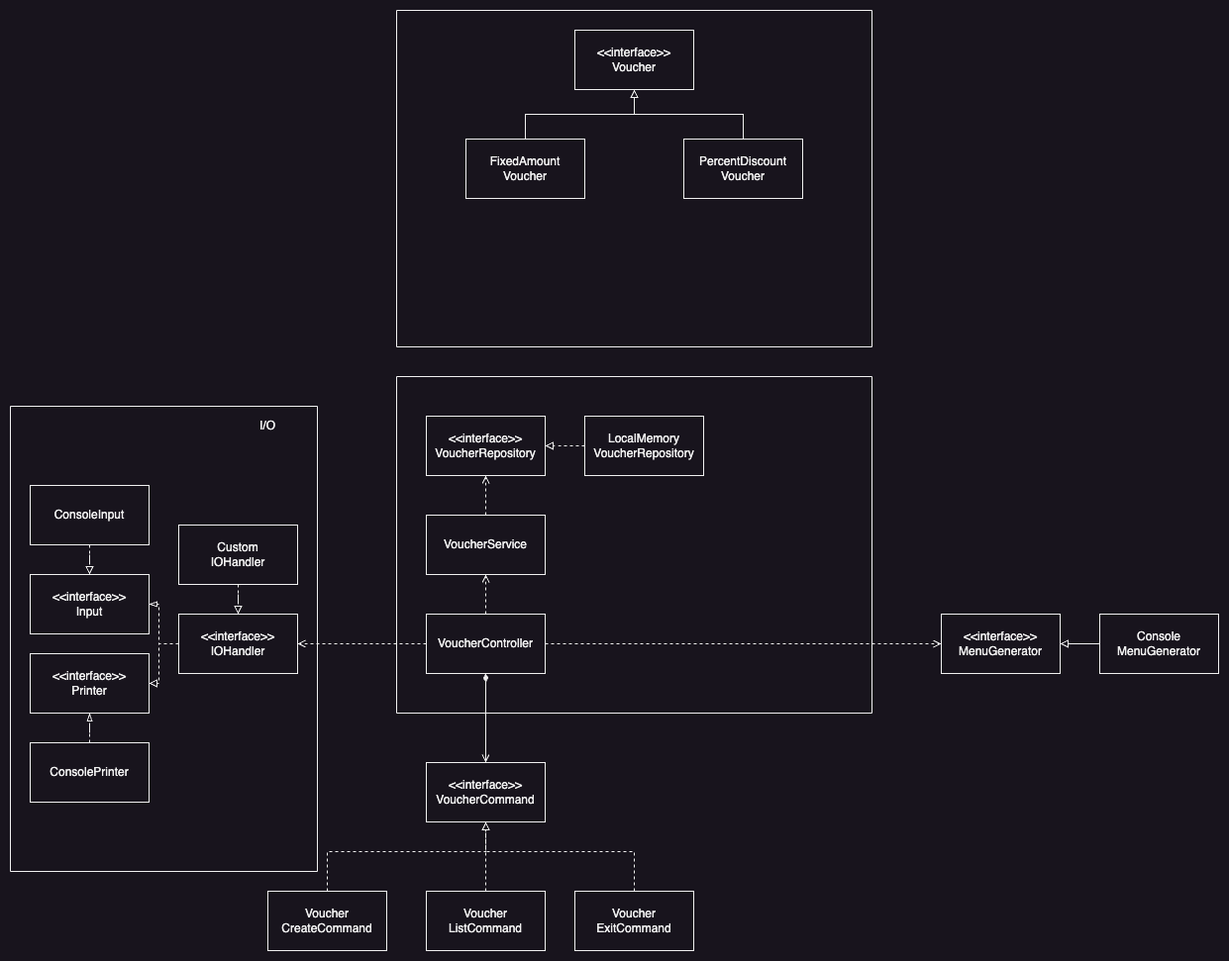
Above: voucher-manager/doc/바우처_관리_설계도.png in prgrms-be-devcourse/springboot-basic (draw.io), before the change. Source tidied: cells renumbered, new cells last; positions are measured from the earlier drawing's top-left corner, leaving out a move shared by most shapes.
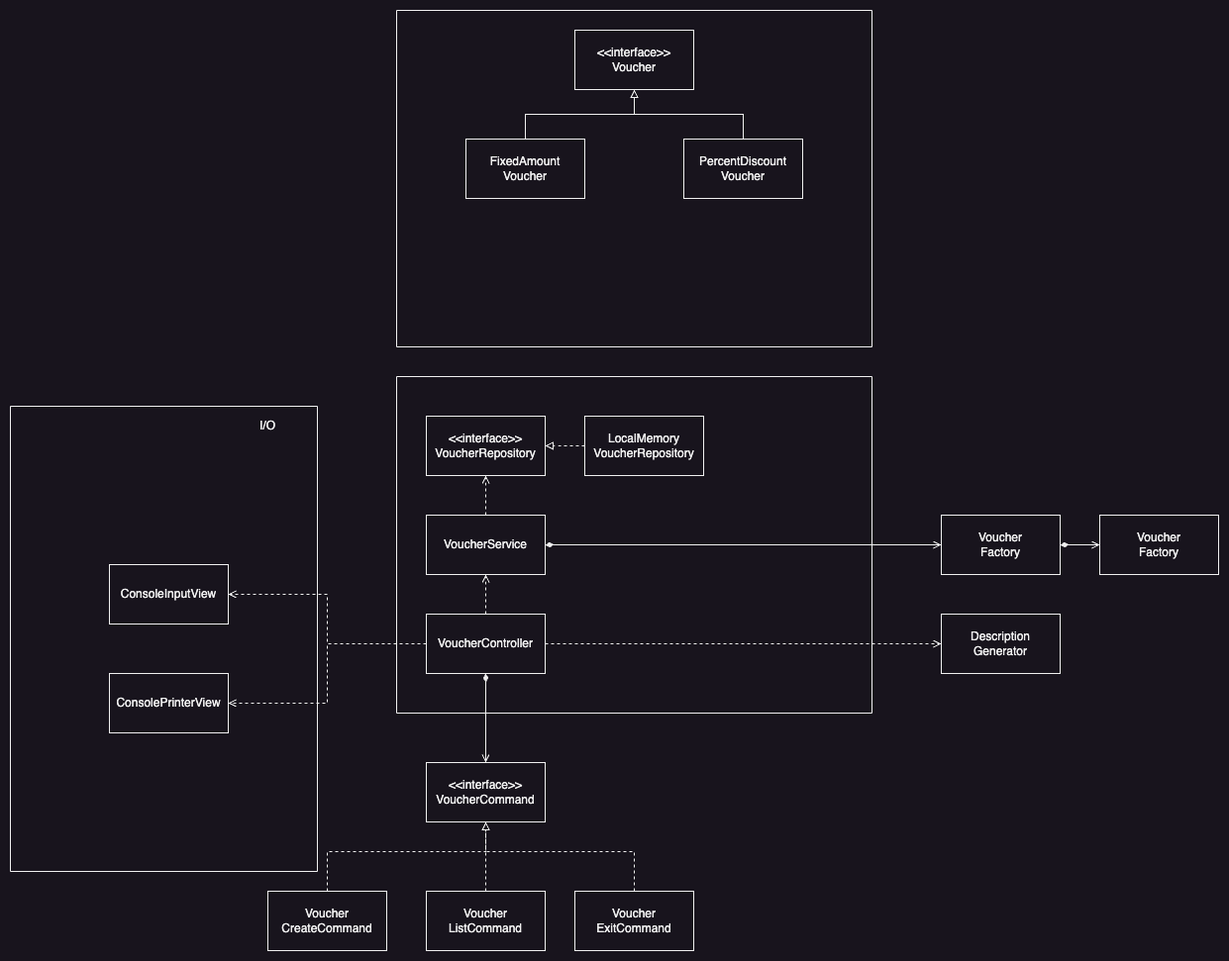
The same diagram one commit later.

What changed in the source:
```diff
@@ -2,42 +2,35 @@
   <root>
     <mxCell id="0" />
     <mxCell id="1" parent="0" />
-    <mxCell id="2" style="edgeStyle=orthogonalEdgeStyle;rounded=0;jettySize=auto;html=1;dashed=1;endArrow=open;endFill=0;" parent="1" edge="1" source="6" target="13">
-      <mxGeometry relative="1" as="geometry" />
-    </mxCell>
     <mxCell id="3" style="edgeStyle=orthogonalEdgeStyle;rounded=0;jettySize=auto;html=1;dashed=1;strokeWidth=1;endArrow=open;endFill=0;" parent="1" edge="1" source="6" target="8">
       <mxGeometry relative="1" as="geometry" />
     </mxCell>
-    <mxCell id="4" style="edgeStyle=orthogonalEdgeStyle;rounded=0;jettySize=auto;html=1;startArrow=none;startFill=0;endArrow=open;endFill=0;dashed=1;" parent="1" edge="1" source="6" target="36">
-      <mxGeometry relative="1" as="geometry" />
+    <mxCell id="4" style="edgeStyle=orthogonalEdgeStyle;rounded=0;jettySize=auto;html=1;startArrow=none;startFill=0;endArrow=open;endFill=0;dashed=1;" parent="1" edge="1" source="6">
+      <mxGeometry relative="1" as="geometry">
+        <mxPoint x="940" y="640" as="targetPoint" />
+      </mxGeometry>
     </mxCell>
     <mxCell id="5" style="edgeStyle=orthogonalEdgeStyle;rounded=0;jettySize=auto;html=1;endArrow=open;endFill=0;startArrow=diamondThin;startFill=1;" parent="1" edge="1" source="6" target="39">
       <mxGeometry relative="1" as="geometry" />
     </mxCell>
+    <mxCell id="52" style="edgeStyle=orthogonalEdgeStyle;rounded=0;jettySize=auto;html=1;entryX=1;entryY=0.5;entryDx=0;entryDy=0;endArrow=open;endFill=0;dashed=1;" parent="1" edge="1" source="6" target="47">
+      <mxGeometry relative="1" as="geometry" />
+    </mxCell>
+    <mxCell id="53" style="edgeStyle=orthogonalEdgeStyle;rounded=0;jettySize=auto;html=1;entryX=1;entryY=0.5;entryDx=0;entryDy=0;endArrow=open;endFill=0;dashed=1;" parent="1" edge="1" source="6" target="49">
+      <mxGeometry relative="1" as="geometry" />
+    </mxCell>
     <mxCell id="6" value="VoucherController" style="rounded=0;whiteSpace=wrap;html=1;" parent="1" vertex="1">
       <mxGeometry x="420" y="610" width="120" height="60" as="geometry" />
     </mxCell>
     <mxCell id="7" style="edgeStyle=orthogonalEdgeStyle;rounded=0;jettySize=auto;html=1;dashed=1;endArrow=open;endFill=0;" parent="1" edge="1" source="8" target="20">
       <mxGeometry relative="1" as="geometry" />
     </mxCell>
+    <mxCell id="54" style="edgeStyle=orthogonalEdgeStyle;rounded=0;jettySize=auto;html=1;entryX=0;entryY=0.5;entryDx=0;entryDy=0;startArrow=diamondThin;startFill=1;endArrow=open;endFill=0;" parent="1" edge="1" source="8" target="56">
+      <mxGeometry relative="1" as="geometry" />
+    </mxCell>
     <mxCell id="8" value="VoucherService" style="rounded=0;whiteSpace=wrap;html=1;" parent="1" vertex="1">
       <mxGeometry x="420" y="510" width="120" height="60" as="geometry" />
     </mxCell>
-    <mxCell id="9" value="&amp;lt;&amp;lt;interface&amp;gt;&amp;gt;&lt;br&gt;Input" style="rounded=0;whiteSpace=wrap;html=1;" parent="1" vertex="1">
-      <mxGeometry x="20" y="570" width="120" height="60" as="geometry" />
-    </mxCell>
-    <mxCell id="10" value="&amp;lt;&amp;lt;interface&amp;gt;&amp;gt;&lt;br&gt;Printer" style="rounded=0;whiteSpace=wrap;html=1;" parent="1" vertex="1">
-      <mxGeometry x="20" y="650" width="120" height="60" as="geometry" />
-    </mxCell>
-    <mxCell id="11" style="edgeStyle=orthogonalEdgeStyle;rounded=0;jettySize=auto;html=1;endArrow=block;endFill=0;dashed=1;" parent="1" edge="1" source="13" target="10">
-      <mxGeometry relative="1" as="geometry" />
-    </mxCell>
-    <mxCell id="12" style="edgeStyle=orthogonalEdgeStyle;rounded=0;jettySize=auto;html=1;entryX=1;entryY=0.5;entryDx=0;entryDy=0;endArrow=blockThin;endFill=0;dashed=1;" parent="1" edge="1" source="13" target="9">
-      <mxGeometry relative="1" as="geometry" />
-    </mxCell>
-    <mxCell id="13" value="&amp;lt;&amp;lt;interface&amp;gt;&amp;gt;&lt;br&gt;IOHandler" style="rounded=0;whiteSpace=wrap;html=1;" parent="1" vertex="1">
-      <mxGeometry x="170" y="610" width="120" height="60" as="geometry" />
-    </mxCell>
     <mxCell id="14" style="endArrow=none;html=1;rounded=0;" parent="1" edge="1">
       <mxGeometry relative="1" as="geometry">
         <mxPoint y="870" as="sourcePoint" />
@@ -141,14 +134,8 @@
     <mxCell id="35" value="LocalMemory&lt;br&gt;VoucherRepository" style="rounded=0;whiteSpace=wrap;html=1;" parent="1" vertex="1">
       <mxGeometry x="580" y="410" width="120" height="60" as="geometry" />
     </mxCell>
-    <mxCell id="36" value="&amp;lt;&amp;lt;interface&amp;gt;&amp;gt;&lt;br&gt;MenuGenerator" style="rounded=0;whiteSpace=wrap;html=1;" parent="1" vertex="1">
-      <mxGeometry x="940" y="610" width="120" height="60" as="geometry" />
-    </mxCell>
-    <mxCell id="37" style="edgeStyle=orthogonalEdgeStyle;rounded=0;jettySize=auto;html=1;endArrow=block;endFill=0;" parent="1" edge="1" source="38" target="36">
-      <mxGeometry relative="1" as="geometry" />
-    </mxCell>
-    <mxCell id="38" value="Console&lt;br&gt;MenuGenerator" style="rounded=0;whiteSpace=wrap;html=1;" parent="1" vertex="1">
-      <mxGeometry x="1100" y="610" width="120" height="60" as="geometry" />
+    <mxCell id="38" value="Description&lt;br&gt;Generator" style="rounded=0;whiteSpace=wrap;html=1;" parent="1" vertex="1">
+      <mxGeometry x="940" y="610" width="120" height="60" as="geometry" />
     </mxCell>
     <mxCell id="39" value="&amp;lt;&amp;lt;interface&amp;gt;&amp;gt;&lt;br&gt;VoucherCommand" style="rounded=0;whiteSpace=wrap;html=1;" parent="1" vertex="1">
       <mxGeometry x="420" y="760" width="120" height="60" as="geometry" />
@@ -182,23 +169,20 @@
     <mxCell id="45" value="Voucher&lt;br&gt;ExitCommand" style="rounded=0;whiteSpace=wrap;html=1;" parent="1" vertex="1">
       <mxGeometry x="570" y="890" width="120" height="60" as="geometry" />
     </mxCell>
-    <mxCell id="46" style="edgeStyle=orthogonalEdgeStyle;rounded=0;jettySize=auto;html=1;entryX=0.5;entryY=0;entryDx=0;entryDy=0;endArrow=block;endFill=0;dashed=1;" parent="1" edge="1" source="47" target="9">
-      <mxGeometry relative="1" as="geometry" />
-    </mxCell>
-    <mxCell id="47" value="ConsoleInput" style="rounded=0;whiteSpace=wrap;html=1;" parent="1" vertex="1">
-      <mxGeometry x="20" y="480" width="120" height="60" as="geometry" />
+    <mxCell id="47" value="ConsoleInputView" style="rounded=0;whiteSpace=wrap;html=1;" parent="1" vertex="1">
+      <mxGeometry x="100" y="560" width="120" height="60" as="geometry" />
     </mxCell>
-    <mxCell id="48" style="edgeStyle=orthogonalEdgeStyle;rounded=0;jettySize=auto;html=1;endArrow=blockThin;endFill=0;dashed=1;" parent="1" edge="1" source="49" target="10">
-      <mxGeometry relative="1" as="geometry" />
-    </mxCell>
-    <mxCell id="49" value="ConsolePrinter" style="rounded=0;whiteSpace=wrap;html=1;" parent="1" vertex="1">
-      <mxGeometry x="20" y="740" width="120" height="60" as="geometry" />
+    <mxCell id="49" value="ConsolePrinterView" style="rounded=0;whiteSpace=wrap;html=1;" parent="1" vertex="1">
+      <mxGeometry x="100" y="670" width="120" height="60" as="geometry" />
     </mxCell>
-    <mxCell id="50" style="edgeStyle=orthogonalEdgeStyle;rounded=0;jettySize=auto;html=1;endArrow=block;endFill=0;dashed=1;" parent="1" edge="1" source="51" target="13">
-      <mxGeometry relative="1" as="geometry" />
-    </mxCell>
-    <mxCell id="51" value="Custom&lt;br&gt;IOHandler" style="rounded=0;whiteSpace=wrap;html=1;" parent="1" vertex="1">
-      <mxGeometry x="170" y="520" width="120" height="60" as="geometry" />
-    </mxCell>
+    <mxCell id="55" style="edgeStyle=orthogonalEdgeStyle;rounded=0;jettySize=auto;html=1;endArrow=open;endFill=0;startArrow=diamondThin;startFill=1;" parent="1" edge="1" source="56" target="57">
+      <mxGeometry relative="1" as="geometry" />
+    </mxCell>
+    <mxCell id="56" value="Voucher&lt;br&gt;Factory" style="rounded=0;whiteSpace=wrap;html=1;" parent="1" vertex="1">
+      <mxGeometry x="940" y="510" width="120" height="60" as="geometry" />
+    </mxCell>
+    <mxCell id="57" value="Voucher&lt;br&gt;Factory" style="rounded=0;whiteSpace=wrap;html=1;" parent="1" vertex="1">
+      <mxGeometry x="1100" y="510" width="120" height="60" as="geometry" />
+    </mxCell>
   </root>
 </mxGraphModel>
```
